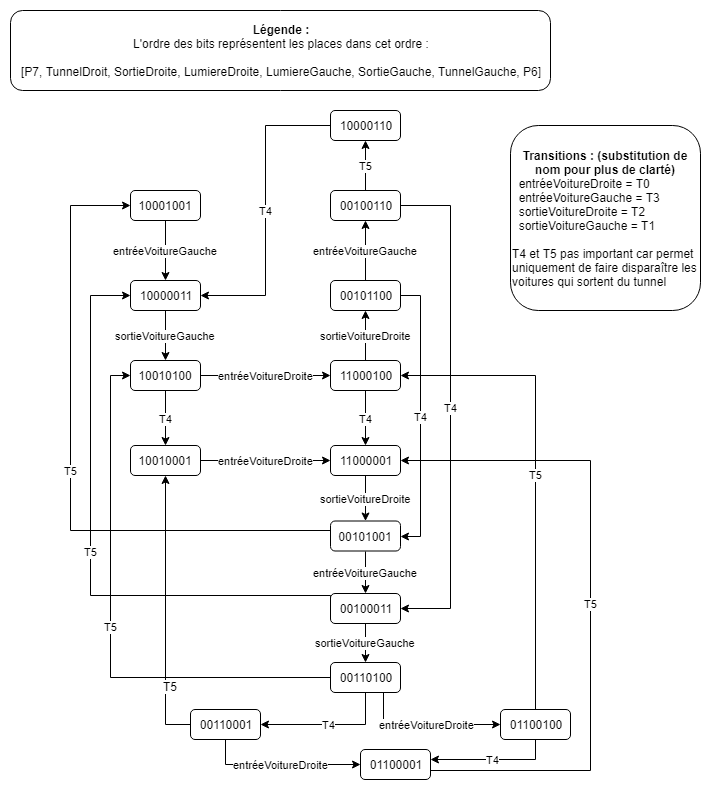
Above: Design/img/DiagCouverturePetri.png in JonathanCaspar/GenieLog-TP3 (draw.io), before the change. Source tidied: cells renumbered, new cells last; positions are measured from the earlier drawing's top-left corner, leaving out a move shared by most shapes.
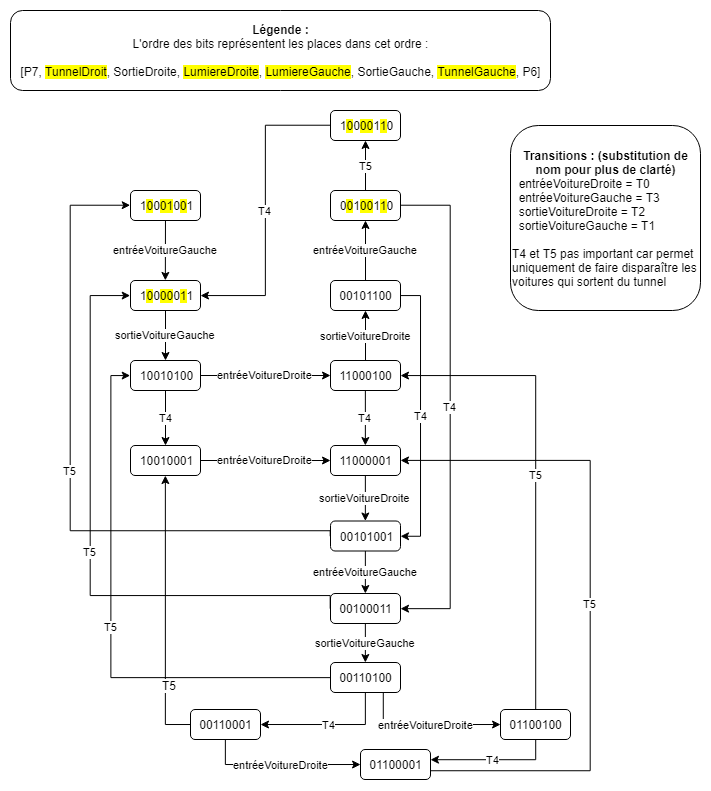
After the change.

The edit, as a diff of the source:
```diff
@@ -2,7 +2,7 @@
   <root>
     <mxCell id="0" />
     <mxCell id="1" parent="0" />
-    <mxCell id="2" value="10001001&lt;br&gt;" style="rounded=1;whiteSpace=wrap;html=1;" parent="1" vertex="1">
+    <mxCell id="2" value="1&lt;span style=&quot;background-color: rgb(255 , 255 , 0)&quot;&gt;0&lt;/span&gt;0&lt;span style=&quot;background-color: rgb(255 , 255 , 0)&quot;&gt;01&lt;/span&gt;0&lt;span style=&quot;background-color: rgb(255 , 255 , 0)&quot;&gt;0&lt;/span&gt;1&lt;br&gt;" style="rounded=1;whiteSpace=wrap;html=1;" parent="1" vertex="1">
       <mxGeometry x="120" y="180" width="70" height="30" as="geometry" />
     </mxCell>
     <mxCell id="3" value="&lt;span&gt;entréeVoitureGauche&lt;/span&gt;" style="endArrow=classic;html=1;entryX=0.5;entryY=0;entryDx=0;entryDy=0;" parent="1" edge="1" source="2" target="5">
@@ -11,7 +11,7 @@
     <mxCell id="4" value="&lt;span&gt;sortieVoitureGauche&lt;/span&gt;" style="edgeStyle=orthogonalEdgeStyle;rounded=0;jettySize=auto;html=1;" parent="1" edge="1" source="5" target="8">
       <mxGeometry relative="1" as="geometry" />
     </mxCell>
-    <mxCell id="5" value="10000011&lt;br&gt;" style="rounded=1;whiteSpace=wrap;html=1;" parent="1" vertex="1">
+    <mxCell id="5" value="1&lt;span style=&quot;background-color: rgb(255 , 255 , 0)&quot;&gt;0&lt;/span&gt;0&lt;span style=&quot;background-color: rgb(255 , 255 , 0)&quot;&gt;00&lt;/span&gt;0&lt;span style=&quot;background-color: rgb(255 , 255 , 0)&quot;&gt;1&lt;/span&gt;1&lt;br&gt;" style="rounded=1;whiteSpace=wrap;html=1;" parent="1" vertex="1">
       <mxGeometry x="120" y="270" width="70" height="30" as="geometry" />
     </mxCell>
     <mxCell id="6" value="&lt;span&gt;entréeVoitureDroite&lt;/span&gt;" style="edgeStyle=orthogonalEdgeStyle;rounded=0;jettySize=auto;html=1;" parent="1" edge="1" source="8" target="13">
@@ -64,13 +64,13 @@
         </Array>
       </mxGeometry>
     </mxCell>
-    <mxCell id="21" value="00100110&lt;br&gt;" style="rounded=1;whiteSpace=wrap;html=1;" parent="1" vertex="1">
+    <mxCell id="21" value="0&lt;span style=&quot;background-color: rgb(255 , 255 , 0)&quot;&gt;0&lt;/span&gt;1&lt;span style=&quot;background-color: rgb(255 , 255 , 0)&quot;&gt;00&lt;/span&gt;1&lt;span style=&quot;background-color: rgb(255 , 255 , 0)&quot;&gt;1&lt;/span&gt;0&lt;br&gt;" style="rounded=1;whiteSpace=wrap;html=1;" parent="1" vertex="1">
       <mxGeometry x="320" y="180" width="70" height="30" as="geometry" />
     </mxCell>
     <mxCell id="22" value="T4" style="edgeStyle=orthogonalEdgeStyle;rounded=0;jettySize=auto;html=1;exitX=0;exitY=0.5;exitDx=0;exitDy=0;entryX=1;entryY=0.5;entryDx=0;entryDy=0;" parent="1" edge="1" source="23" target="5">
       <mxGeometry relative="1" as="geometry" />
     </mxCell>
-    <mxCell id="23" value="10000110&lt;br&gt;" style="rounded=1;whiteSpace=wrap;html=1;" parent="1" vertex="1">
+    <mxCell id="23" value="1&lt;span style=&quot;background-color: rgb(255 , 255 , 0)&quot;&gt;0&lt;/span&gt;0&lt;span style=&quot;background-color: rgb(255 , 255 , 0)&quot;&gt;00&lt;/span&gt;1&lt;span style=&quot;background-color: rgb(255 , 255 , 0)&quot;&gt;1&lt;/span&gt;0&lt;br&gt;" style="rounded=1;whiteSpace=wrap;html=1;" parent="1" vertex="1">
       <mxGeometry x="320" y="100" width="70" height="30" as="geometry" />
     </mxCell>
     <mxCell id="24" value="&lt;span&gt;entréeVoitureGauche&lt;/span&gt;" style="edgeStyle=orthogonalEdgeStyle;rounded=0;jettySize=auto;html=1;exitX=0.5;exitY=1;exitDx=0;exitDy=0;" parent="1" edge="1" source="26" target="29">
@@ -162,7 +162,7 @@
     <mxCell id="42" value="01100001&lt;br&gt;" style="rounded=1;whiteSpace=wrap;html=1;" parent="1" vertex="1">
       <mxGeometry x="350" y="739" width="70" height="30" as="geometry" />
     </mxCell>
-    <mxCell id="43" value="&lt;b style=&quot;text-align: left&quot;&gt;Légende :&lt;/b&gt;&lt;br&gt;&lt;span style=&quot;text-align: left&quot;&gt;L'ordre des bits représentent les places dans cet ordre :&lt;/span&gt;&lt;br&gt;&lt;span style=&quot;text-align: left&quot;&gt;&amp;nbsp;&lt;/span&gt;&lt;br&gt;&lt;div style=&quot;text-align: left&quot;&gt;&lt;span&gt;[P7, TunnelDroit, SortieDroite, LumiereDroite, LumiereGauche, SortieGauche, TunnelGauche, P6]&lt;/span&gt;&lt;/div&gt;" style="rounded=1;whiteSpace=wrap;html=1;" parent="1" vertex="1">
+    <mxCell id="43" value="&lt;b style=&quot;text-align: left&quot;&gt;Légende :&lt;/b&gt;&lt;br&gt;&lt;span style=&quot;text-align: left&quot;&gt;L'ordre des bits représentent les places dans cet ordre :&lt;/span&gt;&lt;br&gt;&lt;span style=&quot;text-align: left&quot;&gt;&amp;nbsp;&lt;/span&gt;&lt;br&gt;&lt;div style=&quot;text-align: left&quot;&gt;[P7, &lt;span style=&quot;background-color: rgb(255 , 255 , 0)&quot;&gt;TunnelDroit&lt;/span&gt;, SortieDroite, &lt;span style=&quot;background-color: rgb(255 , 255 , 0)&quot;&gt;LumiereDroite&lt;/span&gt;, &lt;span style=&quot;background-color: rgb(255 , 255 , 0)&quot;&gt;LumiereGauche&lt;/span&gt;, SortieGauche, &lt;span style=&quot;background-color: rgb(255 , 255 , 0)&quot;&gt;TunnelGauche&lt;/span&gt;, P6]&lt;/div&gt;" style="rounded=1;whiteSpace=wrap;html=1;" parent="1" vertex="1">
       <mxGeometry width="540" height="80" as="geometry" />
     </mxCell>
     <mxCell id="44" value="&lt;b style=&quot;text-align: left&quot;&gt;Transitions : (substitution de nom pour plus de clarté)&lt;/b&gt;&lt;br&gt;&lt;div style=&quot;text-align: left&quot;&gt;&amp;nbsp; entréeVoitureDroite = T0&lt;/div&gt;&lt;div style=&quot;text-align: left&quot;&gt;&amp;nbsp; entréeVoitureGauche = T3&lt;/div&gt;&lt;div style=&quot;text-align: left&quot;&gt;&amp;nbsp; sortieVoitureDroite = T2&lt;/div&gt;&lt;div style=&quot;text-align: left&quot;&gt;&amp;nbsp; sortieVoitureGauche = T1&lt;/div&gt;&lt;div style=&quot;text-align: left&quot;&gt;&lt;br&gt;&lt;/div&gt;&lt;div style=&quot;text-align: left&quot;&gt;T4 et T5 pas important car permet uniquement de faire disparaître les voitures qui sortent du tunnel&lt;/div&gt;" style="rounded=1;whiteSpace=wrap;html=1;perimeterSpacing=0;" parent="1" vertex="1">
```
